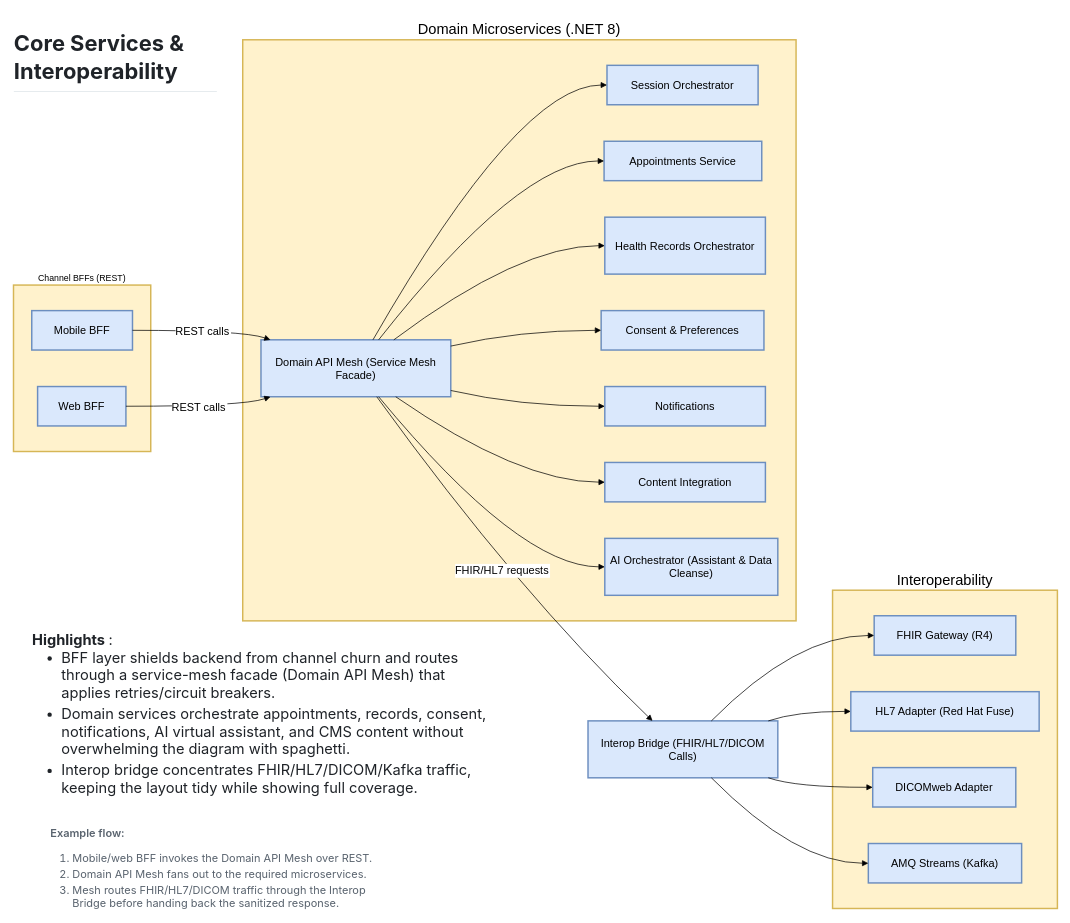
Above: InteropLayer.drawio in sacssuresh/YourHealthNS-Architecture (draw.io), before the change. Source tidied: cells renumbered, new cells numbered last; positions are measured from the earlier drawing's top-left corner, leaving out a move shared by most shapes. Both pictures are drawn from the tidied source at 73%, with x=0, y=0 at pixel (13, 39).
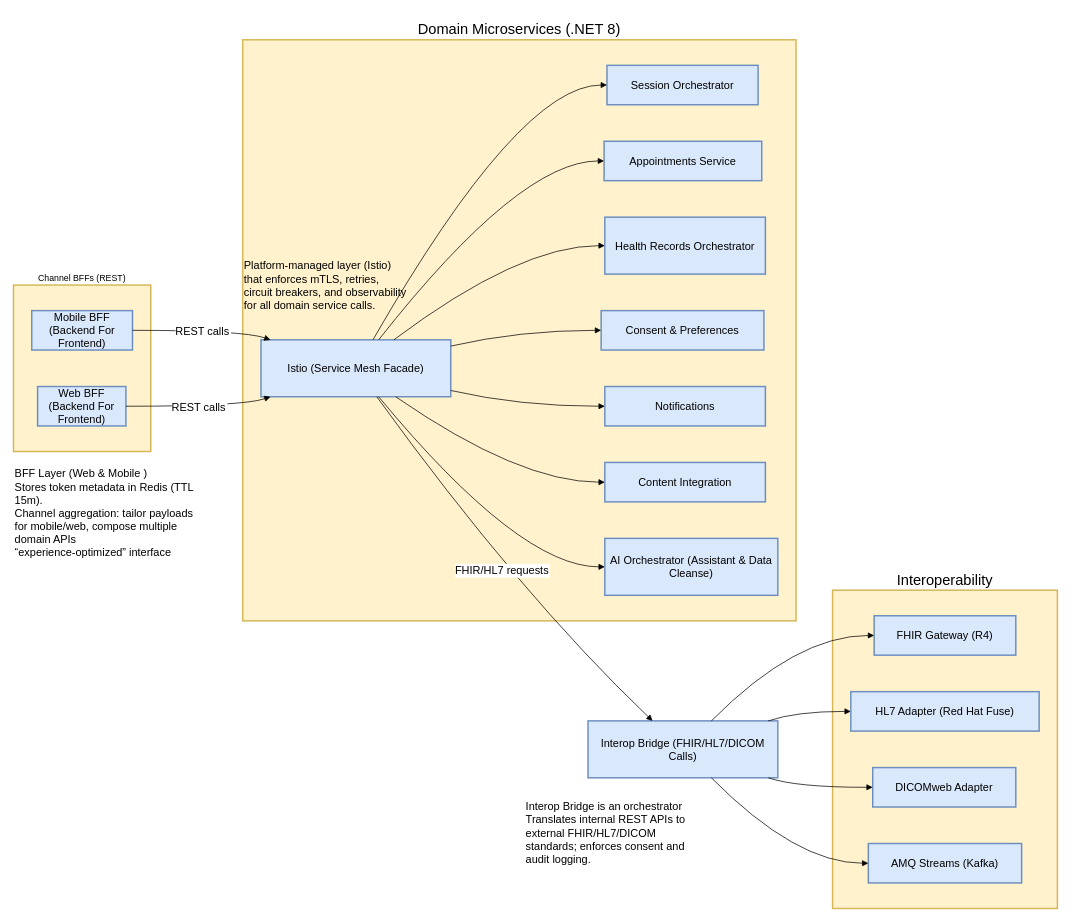
The same diagram, later.

What changed in the source:
```diff
@@
-    <mxCell id="5" value="Mobile BFF" style="whiteSpace=wrap;strokeWidth=2;fillColor=#dae8fc;strokeColor=#6c8ebf;fontSize=15;" parent="1" vertex="1">
+    <mxCell id="5" value="Mobile BFF (Backend For Frontend)" style="whiteSpace=wrap;strokeWidth=2;fillColor=#dae8fc;strokeColor=#6c8ebf;fontSize=15;" parent="1" vertex="1">
       <mxGeometry x="25" y="371" width="138" height="54" as="geometry" />
     </mxCell>
-    <mxCell id="6" value="Web BFF" style="whiteSpace=wrap;strokeWidth=2;fillColor=#dae8fc;strokeColor=#6c8ebf;fontSize=15;" parent="1" vertex="1">
+    <mxCell id="6" value="Web BFF (Backend For Frontend)" style="whiteSpace=wrap;strokeWidth=2;fillColor=#dae8fc;strokeColor=#6c8ebf;fontSize=15;" parent="1" vertex="1">
       <mxGeometry x="33" y="475" width="121" height="54" as="geometry" />
     </mxCell>
-    <mxCell id="7" value="Domain API Mesh (Service Mesh Facade)" style="whiteSpace=wrap;strokeWidth=2;fillColor=#dae8fc;strokeColor=#6c8ebf;fontSize=15;" parent="1" vertex="1">
+    <mxCell id="7" value="Istio (Service Mesh Facade)" style="whiteSpace=wrap;strokeWidth=2;fillColor=#dae8fc;strokeColor=#6c8ebf;fontSize=15;" parent="1" vertex="1">
       <mxGeometry x="339" y="411" width="260" height="78" as="geometry" />
     </mxCell>
@@
-    <mxCell id="34" value="&lt;div style=&quot;text-align: start;&quot;&gt;&lt;span style=&quot;color: light-dark(rgb(31, 35, 40), rgb(205, 208, 212)); font-family: -apple-system, BlinkMacSystemFont, &amp;quot;Segoe UI&amp;quot;, &amp;quot;Noto Sans&amp;quot;, Helvetica, Arial, sans-serif, &amp;quot;Apple Color Emoji&amp;quot;, &amp;quot;Segoe UI Emoji&amp;quot;;&quot;&gt;&lt;b&gt;Highlights &lt;/b&gt;:&amp;nbsp;&lt;/span&gt;&lt;/div&gt;&lt;ul dir=&quot;auto&quot; style=&quot;box-sizing: border-box; padding-left: 2em; margin-top: 0px; margin-bottom: 16px; color: rgb(31, 35, 40); font-family: -apple-system, BlinkMacSystemFont, &amp;quot;Segoe UI&amp;quot;, &amp;quot;Noto Sans&amp;quot;, Helvetica, Arial, sans-serif, &amp;quot;Apple Color Emoji&amp;quot;, &amp;quot;Segoe UI Emoji&amp;quot;; font-style: normal; font-variant-ligatures: normal; font-variant-caps: normal; font-weight: 400; letter-spacing: normal; orphans: 2; text-align: start; text-indent: 0px; text-transform: none; widows: 2; word-spacing: 0px; -webkit-text-stroke-width: 0px; white-space: normal; background-color: rgb(255, 255, 255); text-decoration-thickness: initial; text-decoration-style: initial; text-decoration-color: initial;&quot;&gt;&lt;li style=&quot;box-sizing: border-box;&quot;&gt;BFF layer shields backend from channel churn and routes through a service-mesh facade (Domain API Mesh) that applies retries/circuit breakers.&lt;/li&gt;&lt;li style=&quot;box-sizing: border-box; margin-top: 0.25em;&quot;&gt;Domain services orchestrate appointments, records, consent, notifications, AI virtual assistant, and CMS content without overwhelming the diagram with spaghetti.&lt;/li&gt;&lt;li style=&quot;box-sizing: border-box; margin-top: 0.25em;&quot;&gt;Interop bridge concentrates FHIR/HL7/DICOM/Kafka traffic, keeping the layout tidy while showing full coverage.&lt;/li&gt;&lt;/ul&gt;&lt;div&gt;&lt;br&gt;&lt;/div&gt;" style="text;html=1;whiteSpace=wrap;strokeColor=none;fillColor=none;align=center;verticalAlign=middle;rounded=0;fontSize=20;" parent="1" vertex="1">
-      <mxGeometry x="25" y="933" width="630" height="20" as="geometry" />
-    </mxCell>
-    <mxCell id="35" value="&lt;p dir=&quot;auto&quot; style=&quot;box-sizing: border-box; margin-top: 0px; margin-bottom: 16px; color: rgb(89, 99, 110); font-family: -apple-system, BlinkMacSystemFont, &amp;quot;Segoe UI&amp;quot;, &amp;quot;Noto Sans&amp;quot;, Helvetica, Arial, sans-serif, &amp;quot;Apple Color Emoji&amp;quot;, &amp;quot;Segoe UI Emoji&amp;quot;; text-align: start; background-color: rgb(255, 255, 255);&quot;&gt;&lt;span style=&quot;box-sizing: border-box; font-weight: 600;&quot;&gt;Example flow:&lt;/span&gt;&lt;/p&gt;&lt;ol dir=&quot;auto&quot; style=&quot;box-sizing: border-box; padding-left: 2em; margin-top: 0px; margin-bottom: 0px; color: rgb(89, 99, 110); font-family: -apple-system, BlinkMacSystemFont, &amp;quot;Segoe UI&amp;quot;, &amp;quot;Noto Sans&amp;quot;, Helvetica, Arial, sans-serif, &amp;quot;Apple Color Emoji&amp;quot;, &amp;quot;Segoe UI Emoji&amp;quot;; text-align: start; background-color: rgb(255, 255, 255);&quot;&gt;&lt;li style=&quot;box-sizing: border-box;&quot;&gt;Mobile/web BFF invokes the Domain API Mesh over REST.&lt;/li&gt;&lt;li style=&quot;box-sizing: border-box; margin-top: 0.25em;&quot;&gt;Domain API Mesh fans out to the required microservices.&lt;/li&gt;&lt;li style=&quot;box-sizing: border-box; margin-top: 0.25em;&quot;&gt;Mesh routes FHIR/HL7/DICOM traffic through the Interop Bridge before handing back the sanitized response.&lt;/li&gt;&lt;/ol&gt;" style="text;html=1;whiteSpace=wrap;align=center;verticalAlign=middle;rounded=0;fontSize=15;" parent="1" vertex="1">
-      <mxGeometry x="50" y="1120" width="460" height="30" as="geometry" />
-    </mxCell>
-    <mxCell id="36" value="&lt;h2 tabindex=&quot;-1&quot; class=&quot;heading-element&quot; dir=&quot;auto&quot; style=&quot;box-sizing: border-box; margin-top: 24px; margin-bottom: 16px; line-height: 1.25; padding-bottom: 0.3em; border-bottom: 0.8px solid rgba(209, 217, 224, 0.7); color: rgb(31, 35, 40); font-family: -apple-system, BlinkMacSystemFont, &amp;quot;Segoe UI&amp;quot;, &amp;quot;Noto Sans&amp;quot;, Helvetica, Arial, sans-serif, &amp;quot;Apple Color Emoji&amp;quot;, &amp;quot;Segoe UI Emoji&amp;quot;; text-align: start; background-color: rgb(255, 255, 255);&quot;&gt;Core Services &amp;amp; Interoperability&lt;/h2&gt;" style="text;html=1;whiteSpace=wrap;strokeColor=none;fillColor=none;align=center;verticalAlign=middle;rounded=0;fontSize=20;" parent="1" vertex="1">
+    <mxCell id="36" value="&lt;h2 tabindex=&quot;-1&quot; class=&quot;heading-element&quot; dir=&quot;auto&quot; style=&quot;box-sizing: border-box; margin-top: 24px; margin-bottom: 16px; line-height: 1.25; padding-bottom: 0.3em; border-bottom: 0.8px solid rgba(209, 217, 224, 0.7); color: rgb(31, 35, 40); font-family: -apple-system, BlinkMacSystemFont, &amp;quot;Segoe UI&amp;quot;, &amp;quot;Noto Sans&amp;quot;, Helvetica, Arial, sans-serif, &amp;quot;Apple Color Emoji&amp;quot;, &amp;quot;Segoe UI Emoji&amp;quot;; text-align: start; background-color: rgb(255, 255, 255);&quot;&gt;&lt;br&gt;&lt;/h2&gt;" style="text;html=1;whiteSpace=wrap;strokeColor=none;fillColor=none;align=center;verticalAlign=middle;rounded=0;fontSize=20;" parent="1" vertex="1">
       <mxGeometry y="10" width="280" height="30" as="geometry" />
     </mxCell>
+    <mxCell id="37" value="&lt;div&gt;BFF Layer (Web &amp;amp; Mobile )&amp;nbsp;&lt;/div&gt;&lt;div&gt;&lt;span style=&quot;background-color: transparent; color: light-dark(rgb(0, 0, 0), rgb(255, 255, 255));&quot;&gt;Stores token metadata in Redis (TTL 15m).&amp;nbsp;&lt;/span&gt;&lt;/div&gt;&lt;div&gt;Channel aggregation: tailor payloads for mobile/web, compose multiple domain APIs&lt;/div&gt;&lt;div&gt;“experience-optimized” interface&lt;span style=&quot;background-color: transparent; color: light-dark(rgb(0, 0, 0), rgb(255, 255, 255));&quot;&gt;&lt;/span&gt;&lt;/div&gt;" style="text;html=1;whiteSpace=wrap;strokeColor=none;fillColor=none;align=left;verticalAlign=middle;rounded=0;fontSize=15;fontStyle=0;" parent="1" vertex="1">
+      <mxGeometry y="633" width="260" height="30" as="geometry" />
+    </mxCell>
+    <mxCell id="38" value="Platform-managed layer (Istio) that enforces mTLS, retries, circuit breakers, and observability for all domain service calls." style="text;html=1;whiteSpace=wrap;strokeColor=none;fillColor=none;align=left;verticalAlign=middle;rounded=0;fontSize=15;" parent="1" vertex="1">
+      <mxGeometry x="314" y="321" width="230" height="30" as="geometry" />
+    </mxCell>
+    <mxCell id="39" value="Interop Bridge is an orchestrator Translates internal REST APIs to external FHIR/HL7/DICOM standards; enforces consent and audit logging." style="text;html=1;whiteSpace=wrap;strokeColor=none;fillColor=none;align=left;verticalAlign=middle;rounded=0;fontSize=15;" parent="1" vertex="1">
+      <mxGeometry x="700" y="1071" width="250" height="30" as="geometry" />
+    </mxCell>
```
